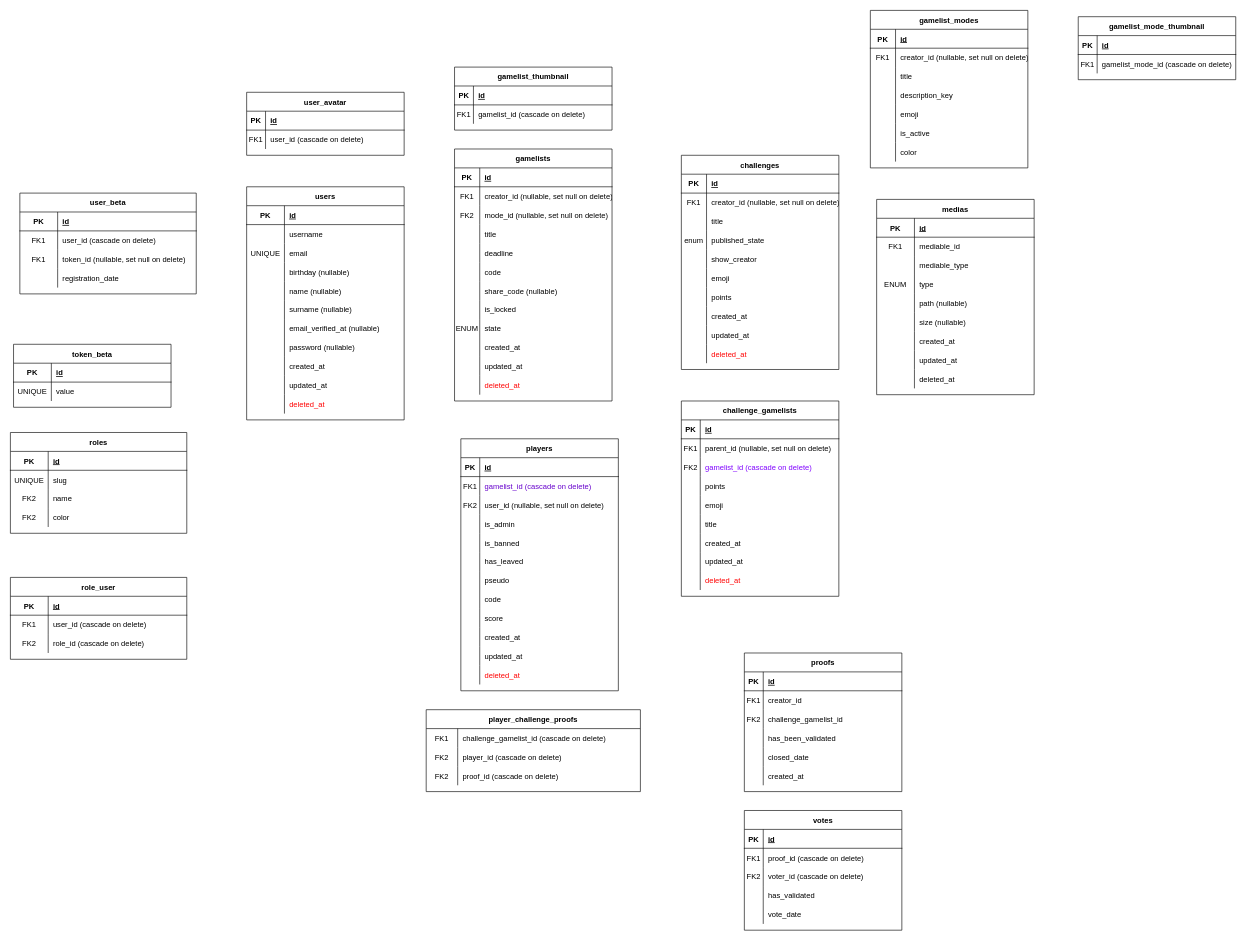
SheechApp/app-docs keeps this draw.io diagram as bdd_v2.drawio. Above is the earlier version. Source tidied: cells renumbered, new cells numbered last; positions are measured from the earlier drawing's top-left corner, leaving out a move shared by most shapes. Both pictures are drawn from the tidied source at 63%, with x=0, y=0 at pixel (10, 10).
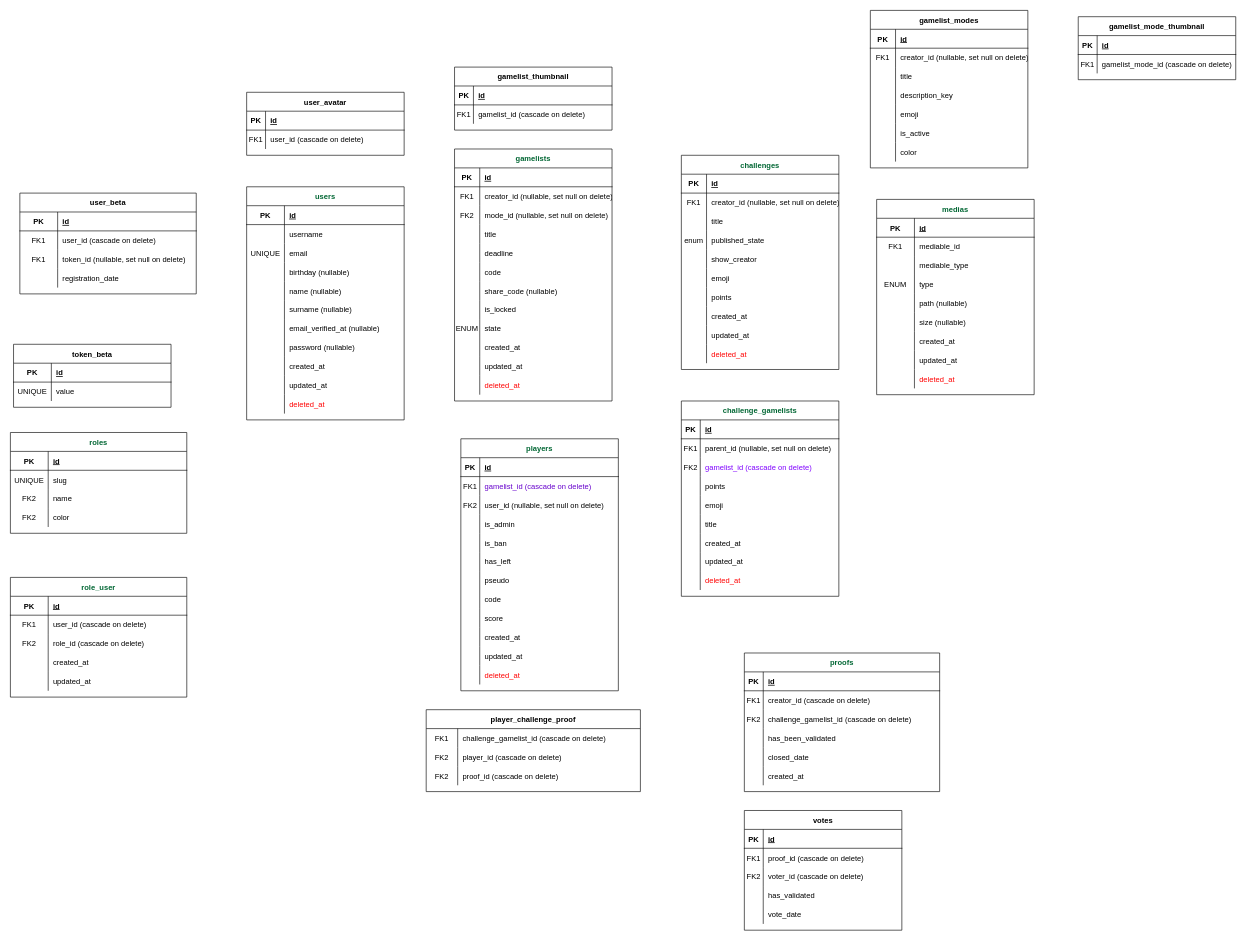
Above is the later version.

Unchanged cells that the change refers to:
```xml
<mxCell id="86" style="shape=partialRectangle;fillColor=none;top=0;left=0;right=0;bottom=0;" parent="73" vertex="1">
  <mxGeometry y="150" width="250" height="30" as="geometry" />
</mxCell>
<mxCell id="89" style="shape=partialRectangle;fillColor=none;top=0;left=0;right=0;bottom=0;" parent="73" vertex="1">
  <mxGeometry y="180" width="250" height="30" as="geometry" />
</mxCell>
<mxCell id="325" style="shape=partialRectangle;fillColor=none;top=0;left=0;right=0;bottom=0;" parent="300" vertex="1">
  <mxGeometry y="270" width="250" height="30" as="geometry" />
</mxCell>
```

Diff of the diagram source:
```diff
@@
-    <mxCell id="2" value="users" style="shape=table;startSize=30;childLayout=tableLayout;rowLines=0;fontStyle=1;align=center;" parent="1" vertex="1">
+    <mxCell id="2" value="users" style="shape=table;startSize=30;childLayout=tableLayout;rowLines=0;fontStyle=1;align=center;fontColor=#006633;" parent="1" vertex="1">
       <mxGeometry x="375" y="280" width="250" height="370" as="geometry" />
     </mxCell>
@@
-    <mxCell id="36" value="gamelists" style="shape=table;startSize=30;childLayout=tableLayout;rowLines=0;fontStyle=1;align=center;" parent="1" vertex="1">
+    <mxCell id="36" value="gamelists" style="shape=table;startSize=30;childLayout=tableLayout;rowLines=0;fontStyle=1;align=center;fontColor=#006633;" parent="1" vertex="1">
       <mxGeometry x="705" y="220" width="250" height="400" as="geometry" />
     </mxCell>
@@
-    <mxCell id="73" value="players" style="shape=table;startSize=30;childLayout=tableLayout;rowLines=0;fontStyle=1;align=center;" parent="1" vertex="1">
+    <mxCell id="73" value="players" style="shape=table;startSize=30;childLayout=tableLayout;rowLines=0;fontStyle=1;align=center;fontColor=#006633;" parent="1" vertex="1">
       <mxGeometry x="715" y="680" width="250" height="400" as="geometry" />
     </mxCell>
@@
-    <mxCell id="88" value="is_banned" style="shape=partialRectangle;overflow=hidden;fillColor=none;top=0;left=0;bottom=0;right=0;align=left;spacingLeft=6;" parent="86" vertex="1">
+    <mxCell id="88" value="is_ban" style="shape=partialRectangle;overflow=hidden;fillColor=none;top=0;left=0;bottom=0;right=0;align=left;spacingLeft=6;" parent="86" vertex="1">
       <mxGeometry x="30" width="220" height="30" as="geometry" />
     </mxCell>
@@
-    <mxCell id="91" value="has_leaved" style="shape=partialRectangle;overflow=hidden;fillColor=none;top=0;left=0;bottom=0;right=0;align=left;spacingLeft=6;" parent="89" vertex="1">
+    <mxCell id="91" value="has_left" style="shape=partialRectangle;overflow=hidden;fillColor=none;top=0;left=0;bottom=0;right=0;align=left;spacingLeft=6;" parent="89" vertex="1">
       <mxGeometry x="30" width="220" height="30" as="geometry" />
     </mxCell>
@@
-    <mxCell id="110" value="challenges" style="shape=table;startSize=30;childLayout=tableLayout;rowLines=0;fontStyle=1;align=center;" parent="1" vertex="1">
+    <mxCell id="110" value="challenges" style="shape=table;startSize=30;childLayout=tableLayout;rowLines=0;fontStyle=1;align=center;fontColor=#006633;" parent="1" vertex="1">
       <mxGeometry x="1065" y="230" width="250" height="340" as="geometry" />
     </mxCell>
@@
-    <mxCell id="141" value="challenge_gamelists" style="shape=table;startSize=30;childLayout=tableLayout;rowLines=0;fontStyle=1;align=center;" parent="1" vertex="1">
+    <mxCell id="141" value="challenge_gamelists" style="shape=table;startSize=30;childLayout=tableLayout;rowLines=0;fontStyle=1;align=center;fontColor=#006633;" parent="1" vertex="1">
       <mxGeometry x="1065" y="620" width="250" height="310" as="geometry" />
     </mxCell>
@@
-    <mxCell id="169" value="player_challenge_proofs" style="shape=table;startSize=30;childLayout=tableLayout;rowLines=0;fontStyle=1;align=center;" parent="1" vertex="1">
+    <mxCell id="169" value="player_challenge_proof" style="shape=table;startSize=30;childLayout=tableLayout;rowLines=0;fontStyle=1;align=center;" parent="1" vertex="1">
       <mxGeometry x="660" y="1110" width="340" height="130" as="geometry" />
     </mxCell>
@@
-    <mxCell id="179" value="proofs" style="shape=table;startSize=30;childLayout=tableLayout;rowLines=0;fontStyle=1;align=center;" parent="1" vertex="1">
-      <mxGeometry x="1165" y="1020" width="250" height="220" as="geometry" />
+    <mxCell id="179" value="proofs" style="shape=table;startSize=30;childLayout=tableLayout;rowLines=0;fontStyle=1;align=center;fontColor=#006633;" parent="1" vertex="1">
+      <mxGeometry x="1165" y="1020" width="310" height="220" as="geometry" />
     </mxCell>
     <mxCell id="180" style="shape=partialRectangle;fillColor=none;top=0;left=0;right=0;bottom=1;" parent="179" vertex="1">
-      <mxGeometry y="30" width="250" height="30" as="geometry" />
+      <mxGeometry y="30" width="310" height="30" as="geometry" />
     </mxCell>
@@
     <mxCell id="182" value="id" style="shape=partialRectangle;overflow=hidden;fillColor=none;top=0;left=0;bottom=0;right=0;align=left;spacingLeft=6;fontStyle=5;" parent="180" vertex="1">
-      <mxGeometry x="30" width="220" height="30" as="geometry" />
+      <mxGeometry x="30" width="280" height="30" as="geometry" />
     </mxCell>
     <mxCell id="183" style="shape=partialRectangle;fillColor=none;top=0;left=0;right=0;bottom=0;" parent="179" vertex="1">
-      <mxGeometry y="60" width="250" height="30" as="geometry" />
+      <mxGeometry y="60" width="310" height="30" as="geometry" />
     </mxCell>
@@
-    <mxCell id="185" value="creator_id" style="shape=partialRectangle;overflow=hidden;fillColor=none;top=0;left=0;bottom=0;right=0;align=left;spacingLeft=6;" parent="183" vertex="1">
-      <mxGeometry x="30" width="220" height="30" as="geometry" />
+    <mxCell id="185" value="creator_id (cascade on delete)" style="shape=partialRectangle;overflow=hidden;fillColor=none;top=0;left=0;bottom=0;right=0;align=left;spacingLeft=6;" parent="183" vertex="1">
+      <mxGeometry x="30" width="280" height="30" as="geometry" />
     </mxCell>
     <mxCell id="186" style="shape=partialRectangle;fillColor=none;top=0;left=0;right=0;bottom=0;" parent="179" vertex="1">
-      <mxGeometry y="90" width="250" height="30" as="geometry" />
+      <mxGeometry y="90" width="310" height="30" as="geometry" />
     </mxCell>
@@
-    <mxCell id="188" value="challenge_gamelist_id" style="shape=partialRectangle;overflow=hidden;fillColor=none;top=0;left=0;bottom=0;right=0;align=left;spacingLeft=6;" parent="186" vertex="1">
-      <mxGeometry x="30" width="220" height="30" as="geometry" />
+    <mxCell id="188" value="challenge_gamelist_id (cascade on delete)" style="shape=partialRectangle;overflow=hidden;fillColor=none;top=0;left=0;bottom=0;right=0;align=left;spacingLeft=6;" parent="186" vertex="1">
+      <mxGeometry x="30" width="280" height="30" as="geometry" />
     </mxCell>
     <mxCell id="189" style="shape=partialRectangle;fillColor=none;top=0;left=0;right=0;bottom=0;" parent="179" vertex="1">
-      <mxGeometry y="120" width="250" height="30" as="geometry" />
+      <mxGeometry y="120" width="310" height="30" as="geometry" />
     </mxCell>
@@
     <mxCell id="191" value="has_been_validated" style="shape=partialRectangle;overflow=hidden;fillColor=none;top=0;left=0;bottom=0;right=0;align=left;spacingLeft=6;" parent="189" vertex="1">
-      <mxGeometry x="30" width="220" height="30" as="geometry" />
+      <mxGeometry x="30" width="280" height="30" as="geometry" />
     </mxCell>
     <mxCell id="192" style="shape=partialRectangle;fillColor=none;top=0;left=0;right=0;bottom=0;" parent="179" vertex="1">
-      <mxGeometry y="150" width="250" height="30" as="geometry" />
+      <mxGeometry y="150" width="310" height="30" as="geometry" />
     </mxCell>
@@
     <mxCell id="194" value="closed_date" style="shape=partialRectangle;overflow=hidden;fillColor=none;top=0;left=0;bottom=0;right=0;align=left;spacingLeft=6;" parent="192" vertex="1">
-      <mxGeometry x="30" width="220" height="30" as="geometry" />
+      <mxGeometry x="30" width="280" height="30" as="geometry" />
     </mxCell>
     <mxCell id="195" style="shape=partialRectangle;fillColor=none;top=0;left=0;right=0;bottom=0;" parent="179" vertex="1">
-      <mxGeometry y="180" width="250" height="30" as="geometry" />
+      <mxGeometry y="180" width="310" height="30" as="geometry" />
     </mxCell>
@@
     <mxCell id="197" value="created_at" style="shape=partialRectangle;overflow=hidden;fillColor=none;top=0;left=0;bottom=0;right=0;align=left;spacingLeft=6;" parent="195" vertex="1">
-      <mxGeometry x="30" width="220" height="30" as="geometry" />
+      <mxGeometry x="30" width="280" height="30" as="geometry" />
     </mxCell>
@@
-    <mxCell id="218" value="roles" style="shape=table;startSize=30;childLayout=tableLayout;rowLines=0;fontStyle=1;align=center;" parent="1" vertex="1">
+    <mxCell id="218" value="roles" style="shape=table;startSize=30;childLayout=tableLayout;rowLines=0;fontStyle=1;align=center;fontColor=#006633;" parent="1" vertex="1">
       <mxGeometry y="670" width="280" height="160" as="geometry" />
     </mxCell>
@@
-    <mxCell id="231" value="role_user" style="shape=table;startSize=30;childLayout=tableLayout;rowLines=0;fontStyle=1;align=center;" parent="1" vertex="1">
-      <mxGeometry y="900" width="280" height="130" as="geometry" />
+    <mxCell id="231" value="role_user" style="shape=table;startSize=30;childLayout=tableLayout;rowLines=0;fontStyle=1;align=center;fontColor=#006633;" parent="1" vertex="1">
+      <mxGeometry y="900" width="280" height="190" as="geometry" />
     </mxCell>
@@
+    <mxCell id="328" style="shape=partialRectangle;fillColor=none;top=0;left=0;right=0;bottom=0;" parent="231" vertex="1">
+      <mxGeometry y="120" width="280" height="30" as="geometry" />
+    </mxCell>
+    <mxCell id="329" style="shape=partialRectangle;overflow=hidden;fillColor=none;top=0;left=0;bottom=0;right=0;" parent="328" vertex="1">
+      <mxGeometry width="60" height="30" as="geometry" />
+    </mxCell>
+    <mxCell id="330" value="created_at" style="shape=partialRectangle;overflow=hidden;fillColor=none;top=0;left=0;bottom=0;right=0;align=left;spacingLeft=6;" parent="328" vertex="1">
+      <mxGeometry x="60" width="220" height="30" as="geometry" />
+    </mxCell>
+    <mxCell id="331" style="shape=partialRectangle;fillColor=none;top=0;left=0;right=0;bottom=0;" parent="231" vertex="1">
+      <mxGeometry y="150" width="280" height="30" as="geometry" />
+    </mxCell>
+    <mxCell id="332" style="shape=partialRectangle;overflow=hidden;fillColor=none;top=0;left=0;bottom=0;right=0;" parent="331" vertex="1">
+      <mxGeometry width="60" height="30" as="geometry" />
+    </mxCell>
+    <mxCell id="333" value="updated_at" style="shape=partialRectangle;overflow=hidden;fillColor=none;top=0;left=0;bottom=0;right=0;align=left;spacingLeft=6;" parent="331" vertex="1">
+      <mxGeometry x="60" width="220" height="30" as="geometry" />
+    </mxCell>
@@
-    <mxCell id="300" value="medias" style="shape=table;startSize=30;childLayout=tableLayout;rowLines=0;fontStyle=1;align=center;" parent="1" vertex="1">
+    <mxCell id="300" value="medias" style="shape=table;startSize=30;childLayout=tableLayout;rowLines=0;fontStyle=1;align=center;fontColor=#006633;" parent="1" vertex="1">
       <mxGeometry x="1375" y="300" width="250" height="310" as="geometry" />
     </mxCell>
@@
-    <mxCell id="327" value="deleted_at" style="shape=partialRectangle;overflow=hidden;fillColor=none;top=0;left=0;bottom=0;right=0;align=left;spacingLeft=6;" parent="325" vertex="1">
+    <mxCell id="327" value="deleted_at" style="shape=partialRectangle;overflow=hidden;fillColor=none;top=0;left=0;bottom=0;right=0;align=left;spacingLeft=6;fontColor=#FF0000;" parent="325" vertex="1">
       <mxGeometry x="60" width="190" height="30" as="geometry" />
     </mxCell>
```
